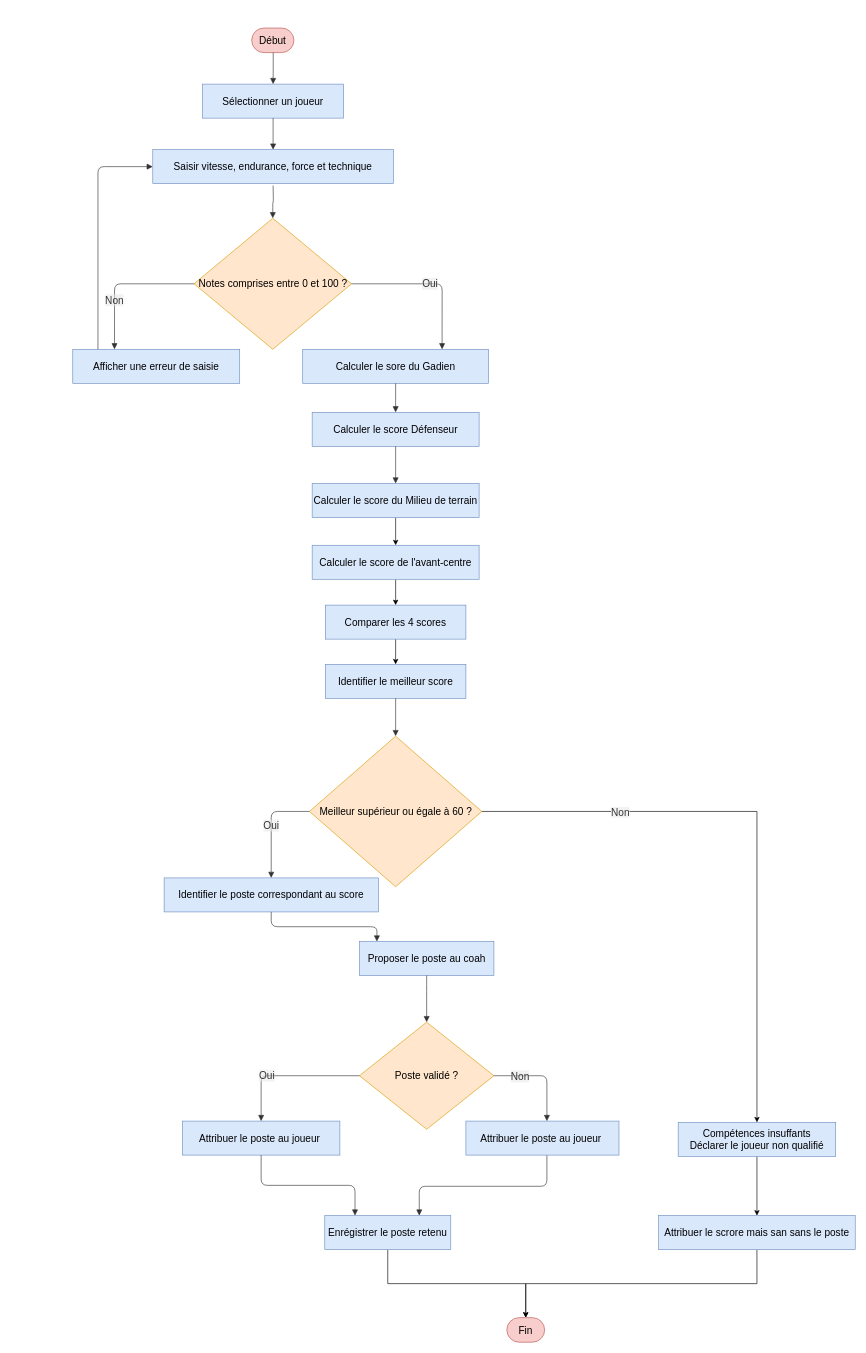
Before: logigramme/logigramme_gestion_postes&&competence.drawio in Nangmo237/Sport_Manager, a draw.io diagram. Source tidied: cells renumbered, new cells numbered last; positions are measured from the earlier drawing's top-left corner, leaving out a move shared by most shapes. Both pictures are drawn from the tidied source at 63%, with x=0, y=0 at pixel (11, 11).
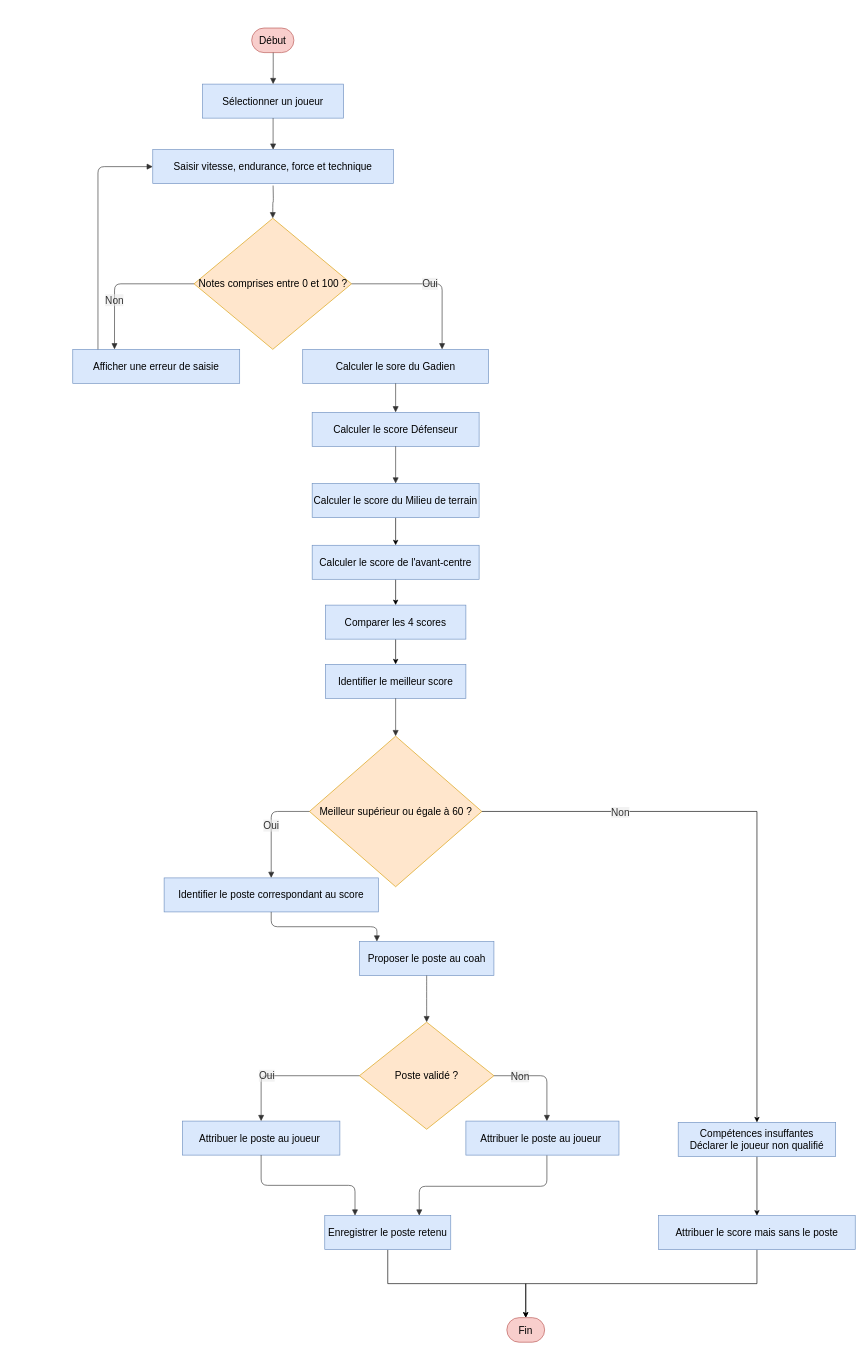
The same diagram, later.

Commit message:
(fix): minor typos in logigrams

Unchanged cells that the change refers to:
```xml
<mxCell id="2" style="group;transparentBounds=1;editIcon=1;lockedGroup=0;groupPadding=10;fontFamily=Helvetica;" parent="1" vertex="1">
  <mxGeometry as="geometry" />
</mxCell>
```

Diff of the diagram source:
```diff
@@
-    <mxCell id="17" value="Enrégistrer le poste retenu" style="html=1;whiteSpace=wrap;strokeWidth=1;fillColor=#dae8fc;strokeColor=#6c8ebf;fontFamily=Helvetica;fontSize=16;" parent="2" vertex="1">
+    <mxCell id="17" value="Enregistrer le poste retenu" style="html=1;whiteSpace=wrap;strokeWidth=1;fillColor=#dae8fc;strokeColor=#6c8ebf;fontFamily=Helvetica;fontSize=16;" parent="2" vertex="1">
       <mxGeometry x="498" y="1912" width="200" height="54" as="geometry" />
     </mxCell>
@@
-    <mxCell id="44" value="Compétences insuffants&lt;div&gt;Déclarer le joueur non qualifié&lt;/div&gt;" style="html=1;whiteSpace=wrap;strokeWidth=1;fillColor=#dae8fc;strokeColor=#6c8ebf;fontFamily=Helvetica;fontSize=16;" parent="1" vertex="1">
+    <mxCell id="44" value="Compétences insuffantes&lt;div&gt;Déclarer le joueur non qualifié&lt;/div&gt;" style="html=1;whiteSpace=wrap;strokeWidth=1;fillColor=#dae8fc;strokeColor=#6c8ebf;fontFamily=Helvetica;fontSize=16;" parent="1" vertex="1">
       <mxGeometry x="1059" y="1764" width="250" height="54" as="geometry" />
     </mxCell>
@@
-    <mxCell id="46" value="Attribuer le scrore mais san sans le poste" style="html=1;whiteSpace=wrap;strokeWidth=1;fillColor=#dae8fc;strokeColor=#6c8ebf;fontFamily=Helvetica;fontSize=16;" parent="1" vertex="1">
+    <mxCell id="46" value="Attribuer le score mais sans le poste" style="html=1;whiteSpace=wrap;strokeWidth=1;fillColor=#dae8fc;strokeColor=#6c8ebf;fontFamily=Helvetica;fontSize=16;" parent="1" vertex="1">
       <mxGeometry x="1028" y="1912" width="312" height="54" as="geometry" />
     </mxCell>
```
